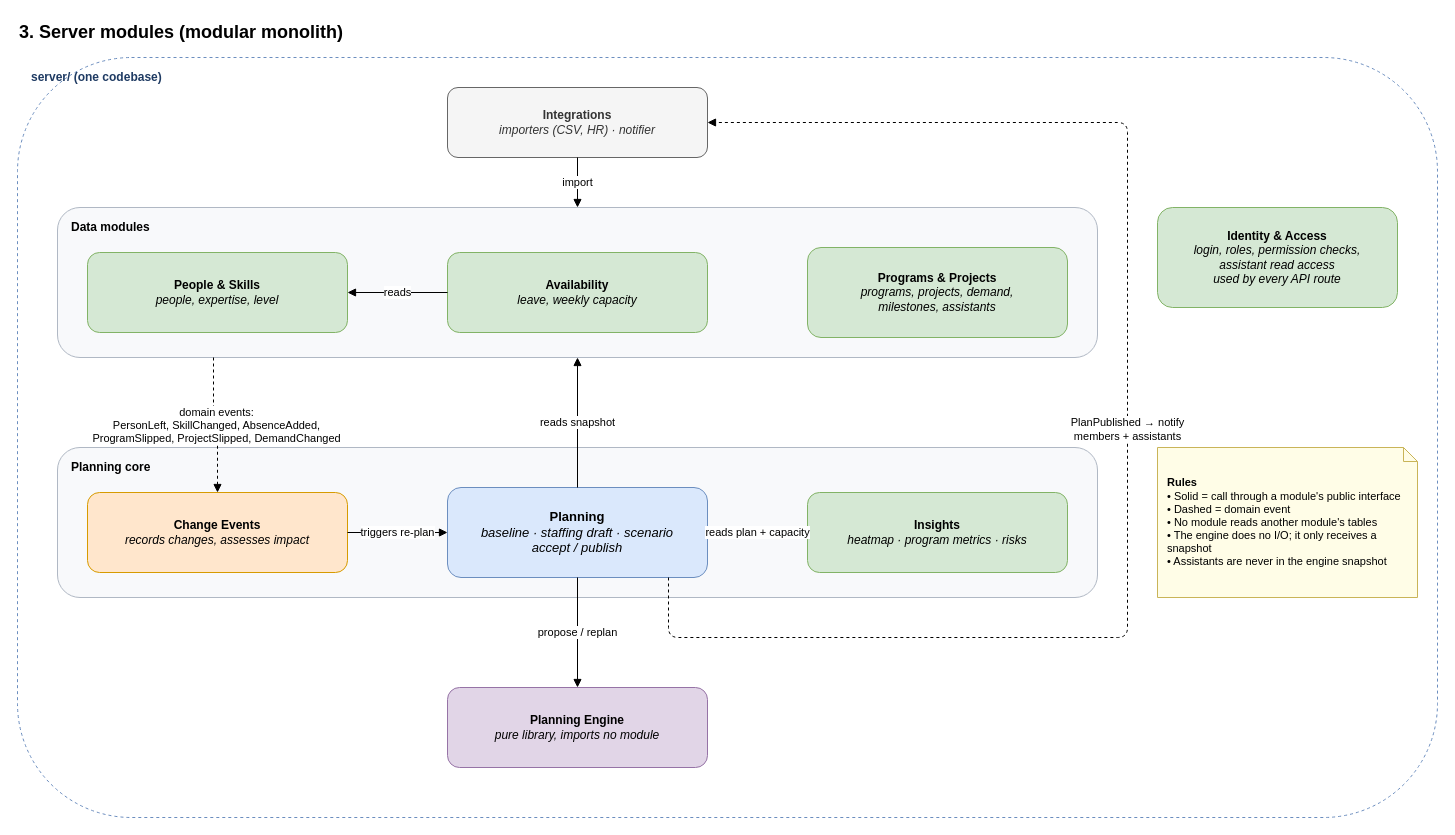
The draw.io diagram page "3. Server modules" (3 of 7) of docs/architecture.drawio in dophnamm/the-slot-finder, before the edit. Source tidied: cells renumbered, new cells numbered last; positions are measured from the earlier drawing's top-left corner, leaving out a move shared by most shapes. Both pictures are drawn from the tidied source at 100%, with x=0, y=0 at pixel (17, 17).
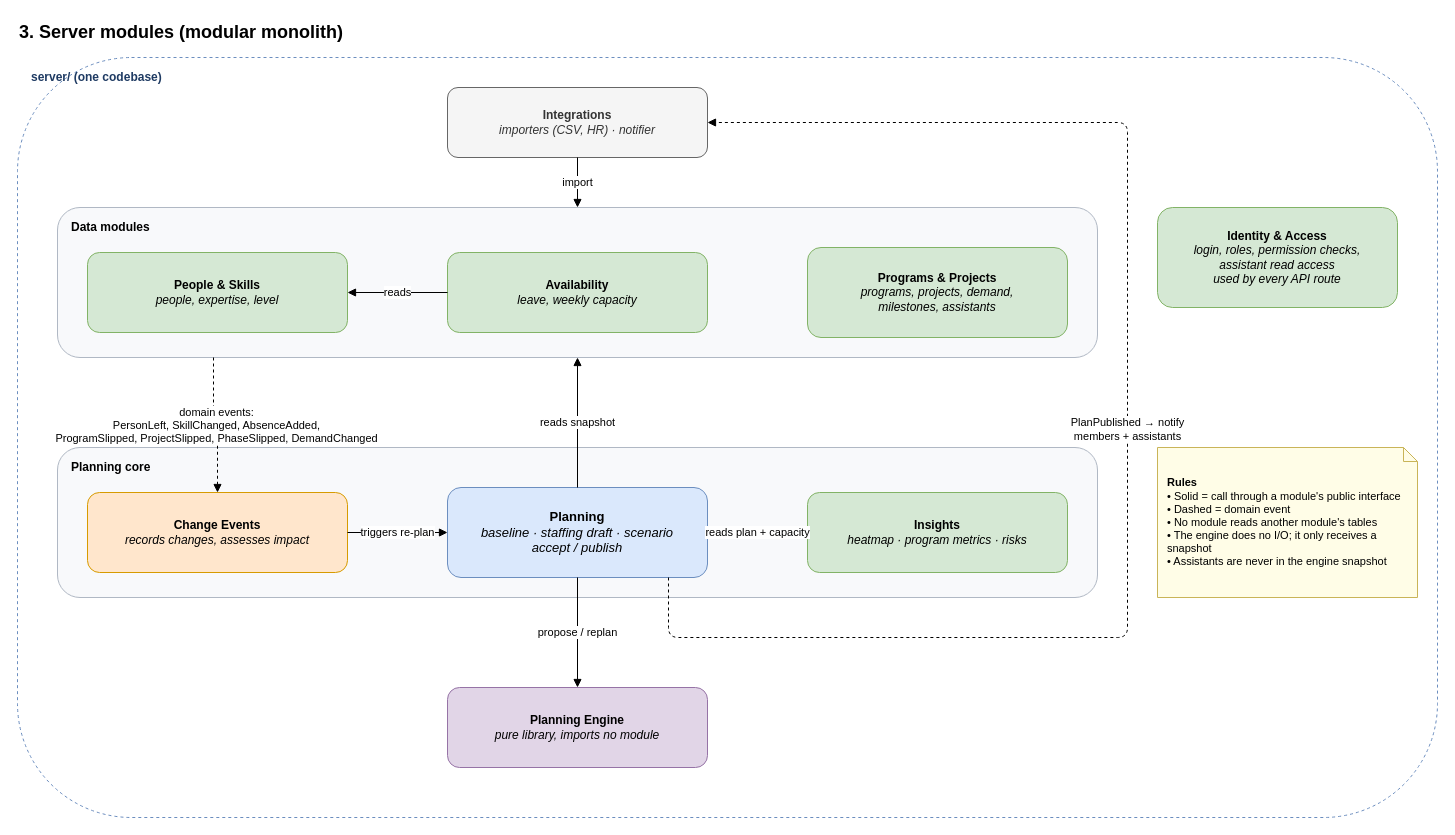
The same diagram, later.

The change refers to these unchanged cells:
```xml
<mxCell id="5" value="Data modules" style="rounded=1;whiteSpace=wrap;html=1;fillColor=#f8f9fb;strokeColor=#b0b8c4;verticalAlign=top;align=left;spacingLeft=12;spacingTop=6;fontStyle=1;" parent="1" vertex="1">
  <mxGeometry x="40" y="190" width="1040" height="150" as="geometry" />
</mxCell>
<mxCell id="10" value="&lt;b&gt;Change Events&lt;/b&gt;&lt;br&gt;&lt;i&gt;records changes, assesses impact&lt;/i&gt;" style="rounded=1;whiteSpace=wrap;html=1;fillColor=#ffe6cc;strokeColor=#d79b00;" parent="1" vertex="1">
  <mxGeometry x="70" y="475" width="260" height="80" as="geometry" />
</mxCell>
```

The edit, as a diff of the source:
```diff
@@
-    <mxCell id="17" value="domain events:&lt;br&gt;PersonLeft, SkillChanged, AbsenceAdded,&lt;br&gt;ProgramSlipped, ProjectSlipped, DemandChanged" style="edgeStyle=orthogonalEdgeStyle;rounded=1;html=1;endArrow=block;endFill=1;dashed=1;fontSize=11;labelBackgroundColor=#ffffff;exitX=0.15;exitY=1;exitDx=0;exitDy=0;entryX=0.5;entryY=0;entryDx=0;entryDy=0;" parent="1" edge="1" source="5" target="10">
+    <mxCell id="17" value="domain events:&lt;br&gt;PersonLeft, SkillChanged, AbsenceAdded,&lt;br&gt;ProgramSlipped, ProjectSlipped, PhaseSlipped, DemandChanged" style="edgeStyle=orthogonalEdgeStyle;rounded=1;html=1;endArrow=block;endFill=1;dashed=1;fontSize=11;labelBackgroundColor=#ffffff;exitX=0.15;exitY=1;exitDx=0;exitDy=0;entryX=0.5;entryY=0;entryDx=0;entryDy=0;" parent="1" edge="1" source="5" target="10">
       <mxGeometry relative="1" as="geometry" />
     </mxCell>
```
